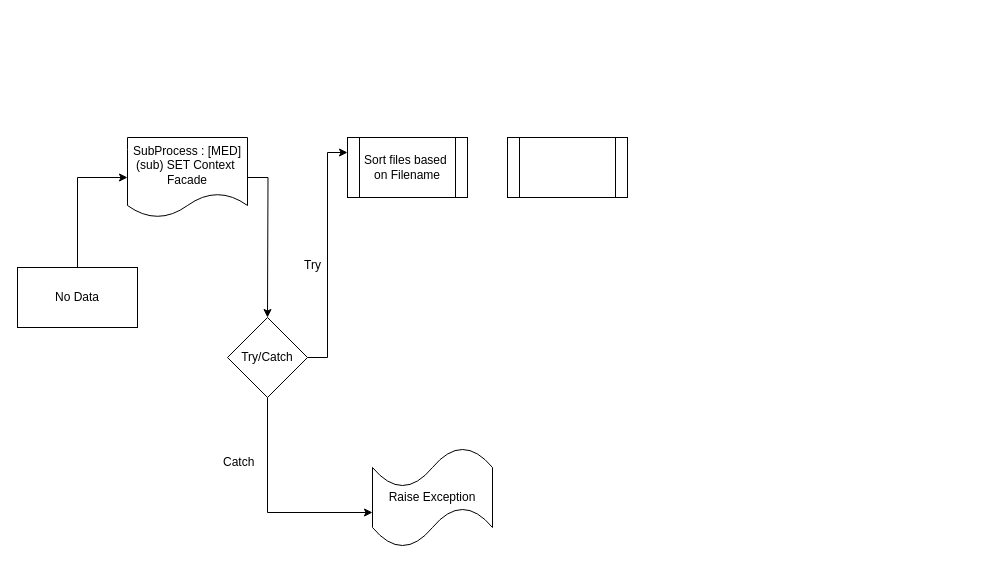
Earlier version of the draw.io diagram bandar.drawio (escalibor/code). Source tidied: cells renumbered, new cells numbered last; positions are measured from the earlier drawing's top-left corner, leaving out a move shared by most shapes. Both pictures are drawn from the tidied source at 100%, with x=0, y=0 at pixel (17, 137).
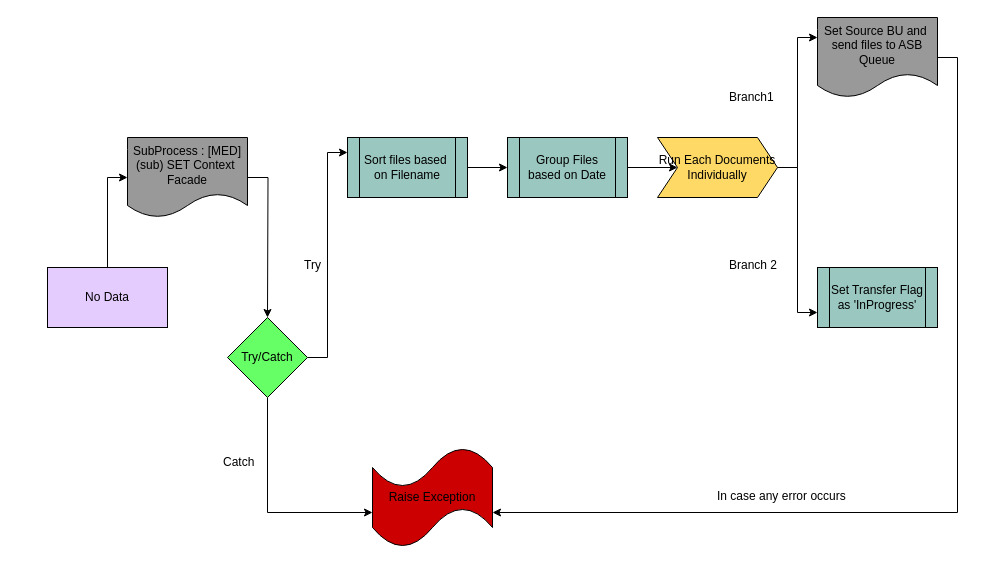
The same page after the edit.

What changed in the source:
```diff
@@
-    <mxCell id="3" value="No Data" style="rounded=0;whiteSpace=wrap;html=1;" parent="1" vertex="1">
-      <mxGeometry y="130" width="120" height="60" as="geometry" />
+    <mxCell id="3" value="No Data" style="rounded=0;whiteSpace=wrap;html=1;fillColor=#E5CCFF;" parent="1" vertex="1">
+      <mxGeometry x="30" y="130" width="120" height="60" as="geometry" />
     </mxCell>
@@
-    <mxCell id="5" value="SubProcess : [MED]&lt;br&gt;(sub) SET Context&amp;nbsp;&lt;br&gt;Facade&lt;br&gt;" style="shape=document;whiteSpace=wrap;html=1;boundedLbl=1;" parent="1" vertex="1">
+    <mxCell id="5" value="SubProcess : [MED]&lt;br&gt;(sub) SET Context&amp;nbsp;&lt;br&gt;Facade&lt;br&gt;" style="shape=document;whiteSpace=wrap;html=1;boundedLbl=1;fillColor=#999999;" parent="1" vertex="1">
       <mxGeometry x="110" width="120" height="80" as="geometry" />
     </mxCell>
@@
-    <mxCell id="8" value="Try/Catch" style="rhombus;whiteSpace=wrap;html=1;" parent="1" vertex="1">
+    <mxCell id="8" value="Try/Catch" style="rhombus;whiteSpace=wrap;html=1;fillColor=#66FF66;" parent="1" vertex="1">
       <mxGeometry x="210" y="180" width="80" height="80" as="geometry" />
     </mxCell>
+    <mxCell id="14" style="edgeStyle=orthogonalEdgeStyle;rounded=0;jettySize=auto;html=1;" parent="1" edge="1" source="9" target="13">
+      <mxGeometry relative="1" as="geometry" />
+    </mxCell>
-    <mxCell id="9" value="Sort files based&amp;nbsp;&lt;br&gt;on Filename&lt;br&gt;" style="shape=process;whiteSpace=wrap;html=1;backgroundOutline=1;" parent="1" vertex="1">
+    <mxCell id="9" value="Sort files based&amp;nbsp;&lt;br&gt;on Filename&lt;br&gt;" style="shape=process;whiteSpace=wrap;html=1;backgroundOutline=1;fillColor=#9AC7BF;" parent="1" vertex="1">
       <mxGeometry x="330" width="120" height="60" as="geometry" />
     </mxCell>
@@
-    <mxCell id="11" value="Raise Exception" style="shape=tape;whiteSpace=wrap;html=1;" parent="1" vertex="1">
+    <mxCell id="11" value="Raise Exception" style="shape=tape;whiteSpace=wrap;html=1;fillColor=#CC0000;" parent="1" vertex="1">
       <mxGeometry x="355" y="310" width="120" height="100" as="geometry" />
     </mxCell>
@@
+    <mxCell id="15" style="edgeStyle=orthogonalEdgeStyle;rounded=0;jettySize=auto;html=1;" parent="1" edge="1" source="13" target="18">
+      <mxGeometry relative="1" as="geometry" />
+    </mxCell>
-    <mxCell id="13" style="shape=process;whiteSpace=wrap;html=1;backgroundOutline=1;" parent="1" vertex="1">
+    <mxCell id="13" value="Group Files based on Date" style="shape=process;whiteSpace=wrap;html=1;backgroundOutline=1;fillColor=#9AC7BF;" parent="1" vertex="1">
       <mxGeometry x="490" width="120" height="60" as="geometry" />
     </mxCell>
+    <mxCell id="16" style="edgeStyle=orthogonalEdgeStyle;rounded=0;jettySize=auto;html=1;exitX=1;exitY=0.5;exitDx=0;exitDy=0;entryX=0;entryY=0.75;entryDx=0;entryDy=0;" parent="1" edge="1" source="18" target="22">
+      <mxGeometry relative="1" as="geometry">
+        <Array as="points">
+          <mxPoint x="780" y="30" />
+          <mxPoint x="780" y="175" />
+        </Array>
+      </mxGeometry>
+    </mxCell>
+    <mxCell id="17" style="edgeStyle=orthogonalEdgeStyle;rounded=0;jettySize=auto;html=1;exitX=1;exitY=0.5;exitDx=0;exitDy=0;entryX=0;entryY=0.25;entryDx=0;entryDy=0;" parent="1" edge="1" source="18" target="20">
+      <mxGeometry relative="1" as="geometry" />
+    </mxCell>
+    <mxCell id="18" value="Run Each Documents&lt;br&gt;Individually&lt;br&gt;" style="shape=step;perimeter=stepPerimeter;whiteSpace=wrap;html=1;fixedSize=1;fillColor=#FFD966;" parent="1" vertex="1">
+      <mxGeometry x="640" width="120" height="60" as="geometry" />
+    </mxCell>
+    <mxCell id="19" style="edgeStyle=orthogonalEdgeStyle;rounded=0;jettySize=auto;html=1;exitX=1;exitY=0.5;exitDx=0;exitDy=0;entryX=1;entryY=0.65;entryDx=0;entryDy=0;entryPerimeter=0;" parent="1" edge="1" source="20" target="11">
+      <mxGeometry relative="1" as="geometry" />
+    </mxCell>
+    <mxCell id="20" value="Set Source BU and&amp;nbsp;&lt;br&gt;send files to ASB Queue&lt;br&gt;" style="shape=document;whiteSpace=wrap;html=1;boundedLbl=1;fillColor=#999999;" parent="1" vertex="1">
+      <mxGeometry x="800" y="-120" width="120" height="80" as="geometry" />
+    </mxCell>
+    <mxCell id="21" value="Branch1" style="text;html=1;align=left;verticalAlign=top;spacingTop=-4;" parent="1" vertex="1">
+      <mxGeometry x="710" y="-50" width="60" height="20" as="geometry" />
+    </mxCell>
+    <mxCell id="22" value="Set Transfer Flag as 'InProgress'" style="shape=process;whiteSpace=wrap;html=1;backgroundOutline=1;fillColor=#9AC7BF;" parent="1" vertex="1">
+      <mxGeometry x="800" y="130" width="120" height="60" as="geometry" />
+    </mxCell>
+    <mxCell id="23" value="Branch 2" style="text;html=1;align=left;verticalAlign=top;spacingTop=-4;" parent="1" vertex="1">
+      <mxGeometry x="710" y="118" width="60" height="20" as="geometry" />
+    </mxCell>
+    <mxCell id="24" value="In case any error occurs" style="text;html=1;align=left;verticalAlign=top;spacingTop=-4;" parent="1" vertex="1">
+      <mxGeometry x="698" y="349" width="140" height="20" as="geometry" />
+    </mxCell>
```
